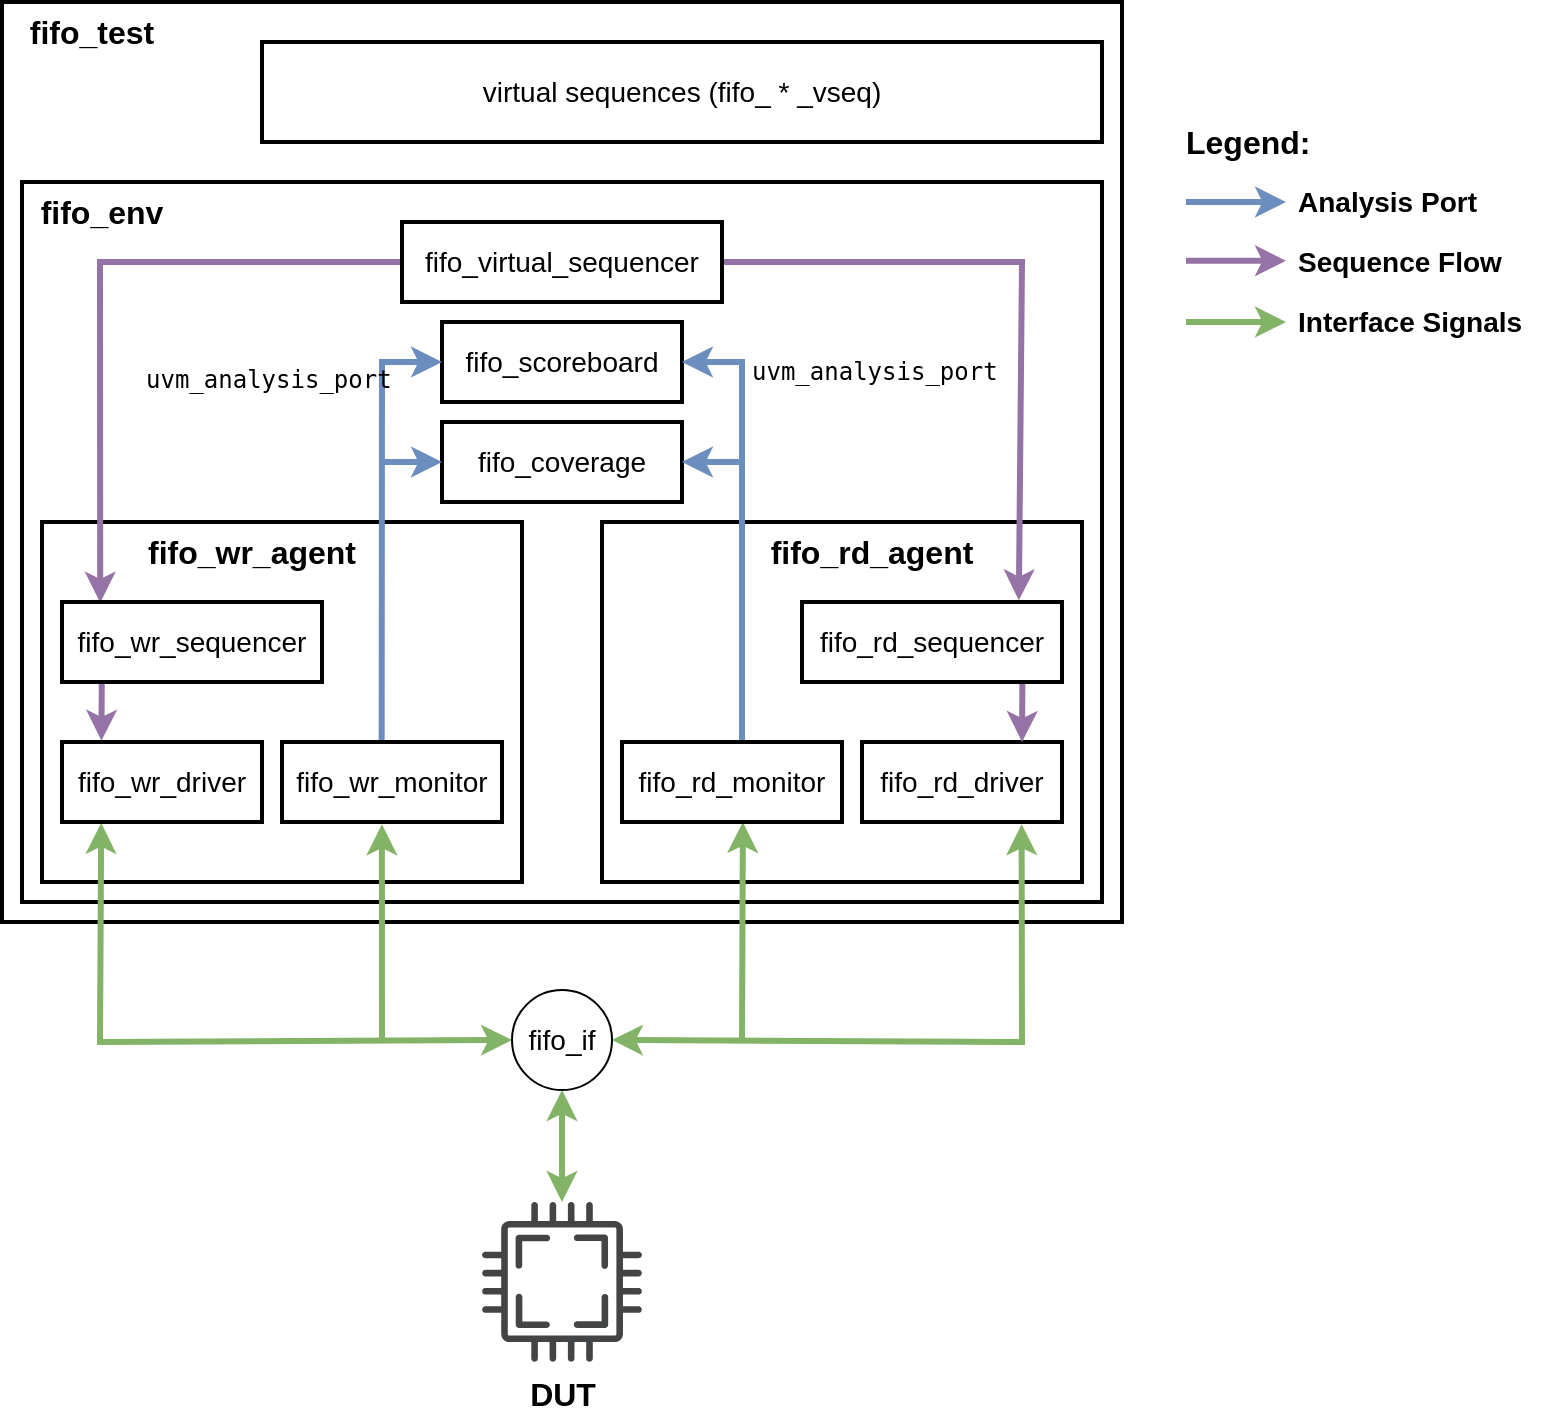
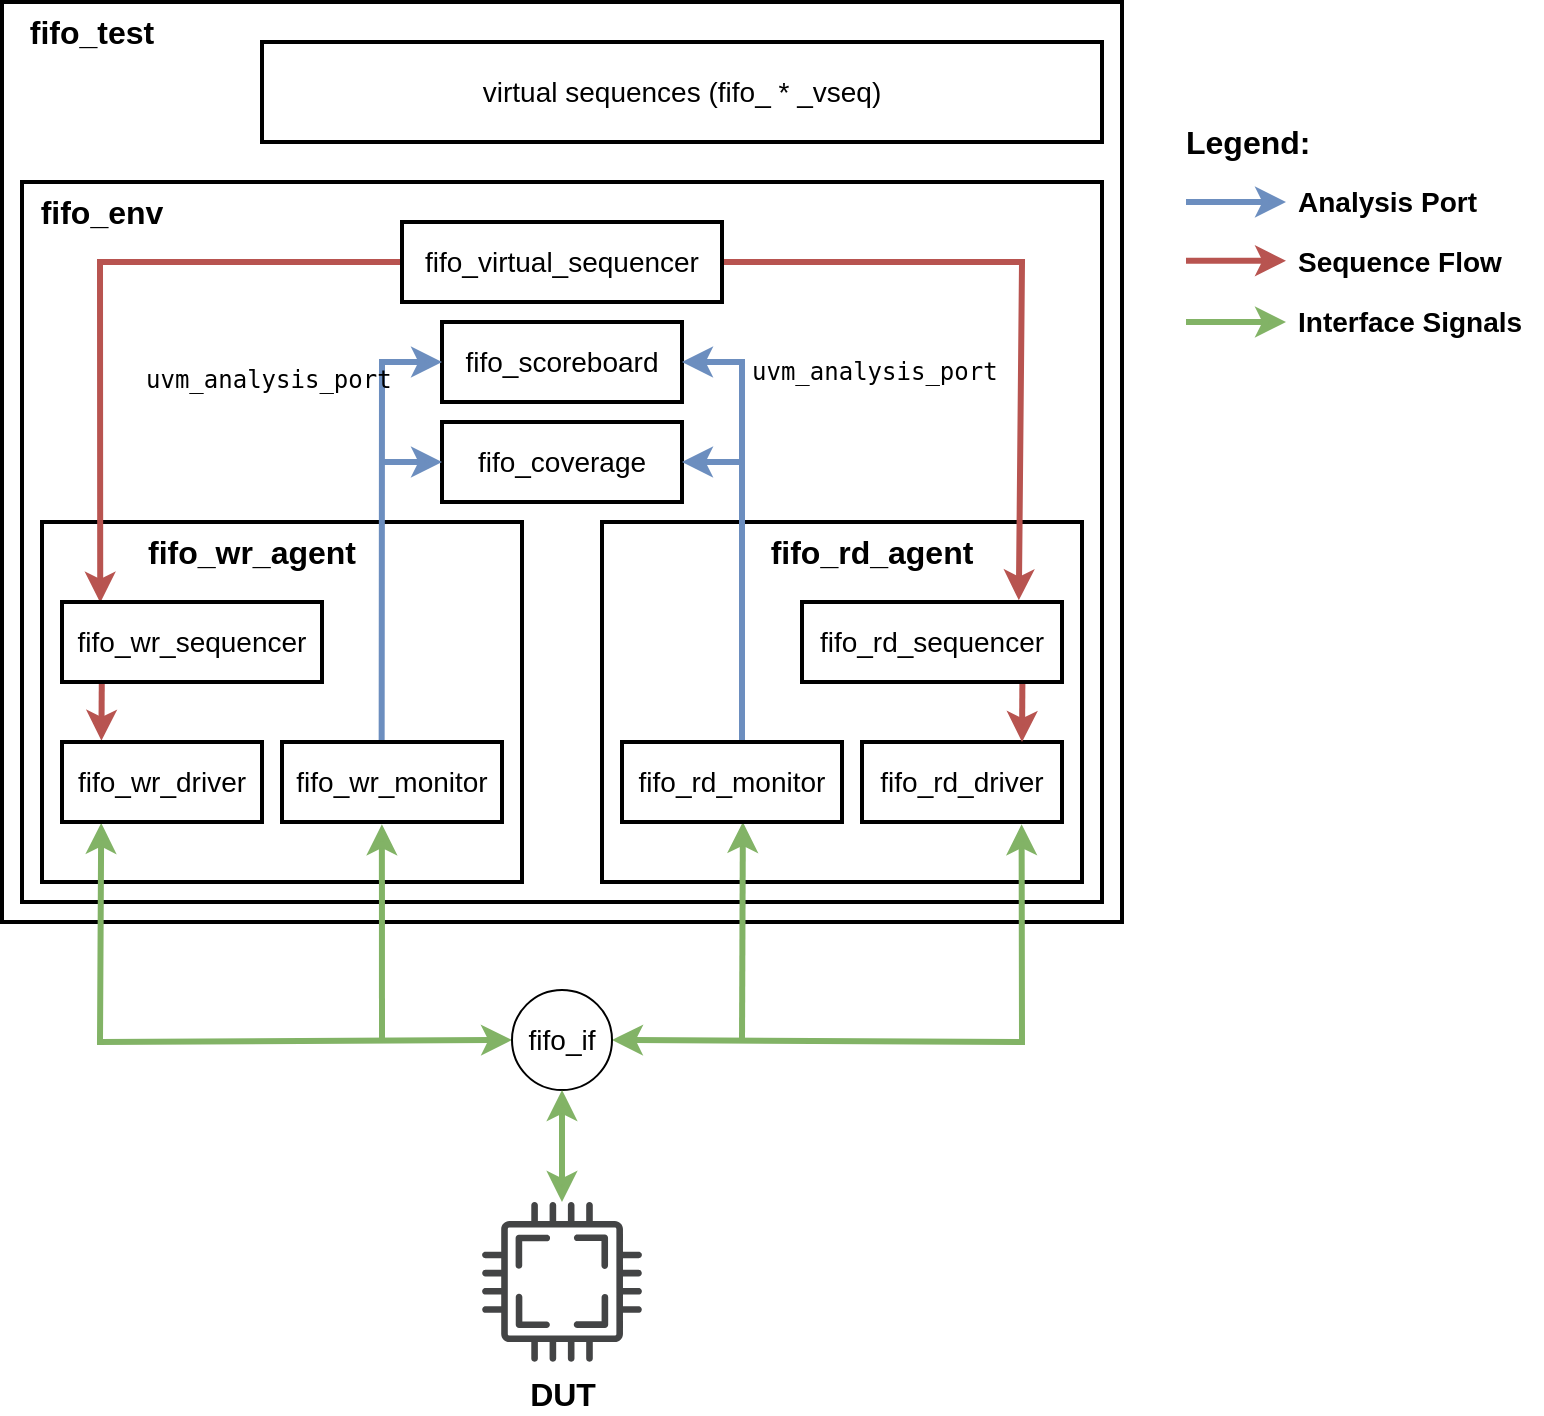
<mxfile host="app.diagrams.net">
  <diagram name="Page-1" id="GNrQoGvkZEbg5Hj7skjW">
    <mxGraphModel dx="1021" dy="624" grid="1" gridSize="10" guides="1" tooltips="1" connect="1" arrows="1" fold="1" page="1" pageScale="1" pageWidth="850" pageHeight="1100" math="0" shadow="0">
      <root>
        <mxCell id="0" />
        <mxCell id="1" parent="0" />
-         <mxCell id="jTqWwPnKb-YmIGteb7i0-1" parent="1" style="rounded=0;whiteSpace=wrap;html=1;fillColor=none;strokeColor=light-dark(#000000, #d7817e);strokeWidth=2;" value="" vertex="1">
+         <mxCell id="jTqWwPnKb-YmIGteb7i0-1" parent="1" style="rounded=0;whiteSpace=wrap;html=1;fillColor=none;strokeColor=light-dark(#000000,#FFFFFF);strokeWidth=2;" value="" vertex="1">
          <mxGeometry height="460" width="560" x="70" y="60" as="geometry" />
        </mxCell>
        <mxCell id="jTqWwPnKb-YmIGteb7i0-2" parent="1" style="text;html=1;whiteSpace=wrap;strokeColor=none;fillColor=none;align=center;verticalAlign=middle;rounded=0;fontSize=16;fontStyle=1" value="fifo_test" vertex="1">
          <mxGeometry height="30" width="90" x="70" y="60" as="geometry" />
        </mxCell>
-         <mxCell id="jTqWwPnKb-YmIGteb7i0-3" parent="1" style="rounded=0;whiteSpace=wrap;html=1;fillColor=none;strokeColor=light-dark(#000000, #d7817e);strokeWidth=2;" value="" vertex="1">
+         <mxCell id="jTqWwPnKb-YmIGteb7i0-3" parent="1" style="rounded=0;whiteSpace=wrap;html=1;fillColor=none;strokeColor=light-dark(#000000,#FFFFFF);strokeWidth=2;" value="" vertex="1">
          <mxGeometry height="360" width="540" x="80" y="150" as="geometry" />
        </mxCell>
        <mxCell id="jTqWwPnKb-YmIGteb7i0-5" parent="1" style="text;html=1;whiteSpace=wrap;strokeColor=none;fillColor=none;align=center;verticalAlign=middle;rounded=0;fontSize=16;fontStyle=1" value="fifo_env" vertex="1">
          <mxGeometry height="30" width="80" x="80" y="150" as="geometry" />
        </mxCell>
-         <mxCell id="jTqWwPnKb-YmIGteb7i0-7" parent="1" style="rounded=0;whiteSpace=wrap;html=1;fillColor=none;strokeColor=light-dark(#000000, #d7817e);strokeWidth=2;" value="" vertex="1">
+         <mxCell id="jTqWwPnKb-YmIGteb7i0-7" parent="1" style="rounded=0;whiteSpace=wrap;html=1;fillColor=none;strokeColor=light-dark(#000000,#FFFFFF);strokeWidth=2;" value="" vertex="1">
          <mxGeometry height="180" width="240" x="90" y="320" as="geometry" />
        </mxCell>
        <mxCell id="jTqWwPnKb-YmIGteb7i0-8" parent="1" style="text;html=1;whiteSpace=wrap;strokeColor=none;fillColor=none;align=center;verticalAlign=middle;rounded=0;fontSize=16;fontStyle=1" value="fifo_wr_agent" vertex="1">
          <mxGeometry height="30" width="130" x="130" y="320" as="geometry" />
        </mxCell>
-         <mxCell id="jTqWwPnKb-YmIGteb7i0-9" parent="1" style="rounded=0;whiteSpace=wrap;html=1;fillColor=none;strokeColor=light-dark(#000000, #d7817e);strokeWidth=2;" value="" vertex="1">
+         <mxCell id="jTqWwPnKb-YmIGteb7i0-9" parent="1" style="rounded=0;whiteSpace=wrap;html=1;fillColor=none;strokeColor=light-dark(#000000,#FFFFFF);strokeWidth=2;" value="" vertex="1">
          <mxGeometry height="180" width="240" x="370" y="320" as="geometry" />
        </mxCell>
        <mxCell id="jTqWwPnKb-YmIGteb7i0-10" parent="1" style="text;html=1;whiteSpace=wrap;strokeColor=none;fillColor=none;align=center;verticalAlign=middle;rounded=0;fontSize=16;fontStyle=1" value="fifo_rd_agent" vertex="1">
          <mxGeometry height="30" width="130" x="440" y="320" as="geometry" />
        </mxCell>
        <mxCell id="jTqWwPnKb-YmIGteb7i0-17" parent="1" style="rounded=0;whiteSpace=wrap;html=1;strokeWidth=2;fillColor=none;" value="&lt;font style=&quot;font-size: 14px;&quot;&gt;fifo_rd_driver&lt;/font&gt;" vertex="1">
          <mxGeometry height="40" width="100" x="500" y="430" as="geometry" />
        </mxCell>
        <mxCell id="jTqWwPnKb-YmIGteb7i0-19" parent="1" style="rounded=0;whiteSpace=wrap;html=1;strokeWidth=2;fillColor=none;" value="&lt;font style=&quot;font-size: 14px;&quot;&gt;fifo_scoreboard&lt;/font&gt;" vertex="1">
          <mxGeometry height="40" width="120" x="290" y="220" as="geometry" />
        </mxCell>
        <mxCell id="jTqWwPnKb-YmIGteb7i0-20" parent="1" style="rounded=0;whiteSpace=wrap;html=1;strokeWidth=2;fillColor=none;" value="&lt;font style=&quot;font-size: 14px;&quot;&gt;fifo_coverage&lt;/font&gt;" vertex="1">
          <mxGeometry height="40" width="120" x="290" y="270" as="geometry" />
        </mxCell>
        <mxCell id="jTqWwPnKb-YmIGteb7i0-25" edge="1" parent="1" source="jTqWwPnKb-YmIGteb7i0-13" style="endArrow=classic;html=1;rounded=0;exitX=0.453;exitY=0.005;exitDx=0;exitDy=0;strokeWidth=3;fillColor=#dae8fc;strokeColor=#6c8ebf;entryX=0;entryY=0.5;entryDx=0;entryDy=0;exitPerimeter=0;" target="jTqWwPnKb-YmIGteb7i0-19" value="">
          <mxGeometry height="50" relative="1" width="50" as="geometry">
            <Array as="points">
              <mxPoint x="260" y="240" />
            </Array>
            <mxPoint x="340" y="410" as="sourcePoint" />
            <mxPoint x="390" y="360" as="targetPoint" />
          </mxGeometry>
        </mxCell>
        <mxCell id="jTqWwPnKb-YmIGteb7i0-27" edge="1" parent="1" style="endArrow=classic;html=1;rounded=0;entryX=0;entryY=0.5;entryDx=0;entryDy=0;strokeWidth=3;fillColor=#dae8fc;strokeColor=#6c8ebf;" target="jTqWwPnKb-YmIGteb7i0-20" value="">
          <mxGeometry height="50" relative="1" width="50" as="geometry">
            <Array as="points" />
            <mxPoint x="260" y="290" as="sourcePoint" />
            <mxPoint x="335.08" y="310.40000000000003" as="targetPoint" />
          </mxGeometry>
        </mxCell>
        <mxCell id="jTqWwPnKb-YmIGteb7i0-28" edge="1" parent="1" style="endArrow=classic;html=1;rounded=0;exitX=0.5;exitY=0;exitDx=0;exitDy=0;strokeWidth=3;fillColor=#dae8fc;strokeColor=#6c8ebf;entryX=1;entryY=0.5;entryDx=0;entryDy=0;" target="jTqWwPnKb-YmIGteb7i0-19" value="">
          <mxGeometry height="50" relative="1" width="50" as="geometry">
            <Array as="points">
              <mxPoint x="440" y="240" />
            </Array>
            <mxPoint x="440" y="430" as="sourcePoint" />
            <mxPoint x="440" y="310" as="targetPoint" />
          </mxGeometry>
        </mxCell>
        <mxCell id="jTqWwPnKb-YmIGteb7i0-30" edge="1" parent="1" style="endArrow=classic;html=1;rounded=0;entryX=1;entryY=0.5;entryDx=0;entryDy=0;fillColor=#dae8fc;strokeColor=#6c8ebf;strokeWidth=3;" target="jTqWwPnKb-YmIGteb7i0-20" value="">
          <mxGeometry height="50" relative="1" width="50" as="geometry">
            <mxPoint x="440" y="290" as="sourcePoint" />
            <mxPoint x="380" y="330" as="targetPoint" />
          </mxGeometry>
        </mxCell>
        <mxCell id="jTqWwPnKb-YmIGteb7i0-31" parent="1" style="sketch=0;pointerEvents=1;shadow=0;dashed=0;html=1;strokeColor=none;fillColor=#434445;aspect=fixed;labelPosition=center;verticalLabelPosition=bottom;verticalAlign=top;align=center;outlineConnect=0;shape=mxgraph.vvd.cpu;" value="&lt;font style=&quot;font-size: 16px;&quot;&gt;&lt;b&gt;DUT&lt;/b&gt;&lt;/font&gt;" vertex="1">
          <mxGeometry height="80" width="80" x="310" y="660" as="geometry" />
        </mxCell>
        <mxCell id="jTqWwPnKb-YmIGteb7i0-33" edge="1" parent="1" source="jTqWwPnKb-YmIGteb7i0-36" style="endArrow=classic;startArrow=classic;html=1;rounded=0;entryX=0.196;entryY=1.011;entryDx=0;entryDy=0;strokeWidth=3;fillColor=#d5e8d4;strokeColor=#82b366;exitX=0;exitY=0.5;exitDx=0;exitDy=0;entryPerimeter=0;" target="jTqWwPnKb-YmIGteb7i0-12" value="">
          <mxGeometry height="50" relative="1" width="50" as="geometry">
            <Array as="points">
              <mxPoint x="119" y="580" />
            </Array>
            <mxPoint x="310" y="580" as="sourcePoint" />
            <mxPoint x="151" y="470" as="targetPoint" />
          </mxGeometry>
        </mxCell>
        <mxCell id="jTqWwPnKb-YmIGteb7i0-35" edge="1" parent="1" style="endArrow=classic;html=1;rounded=0;entryX=0.454;entryY=1.028;entryDx=0;entryDy=0;entryPerimeter=0;strokeWidth=3;fillColor=#d5e8d4;strokeColor=#82b366;" target="jTqWwPnKb-YmIGteb7i0-13" value="">
          <mxGeometry height="50" relative="1" width="50" as="geometry">
            <mxPoint x="260" y="579" as="sourcePoint" />
            <mxPoint x="370" y="440" as="targetPoint" />
          </mxGeometry>
        </mxCell>
        <mxCell id="jTqWwPnKb-YmIGteb7i0-40" edge="1" parent="1" style="endArrow=classic;html=1;rounded=0;entryX=0.454;entryY=1.028;entryDx=0;entryDy=0;entryPerimeter=0;strokeWidth=3;fillColor=#d5e8d4;strokeColor=#82b366;" value="">
          <mxGeometry height="50" relative="1" width="50" as="geometry">
            <mxPoint x="440" y="580" as="sourcePoint" />
            <mxPoint x="440.44" y="470" as="targetPoint" />
          </mxGeometry>
        </mxCell>
        <mxCell id="jTqWwPnKb-YmIGteb7i0-42" edge="1" parent="1" source="jTqWwPnKb-YmIGteb7i0-36" style="endArrow=classic;startArrow=classic;html=1;rounded=0;entryX=0.798;entryY=1.028;entryDx=0;entryDy=0;strokeWidth=3;fillColor=#d5e8d4;strokeColor=#82b366;exitX=1;exitY=0.5;exitDx=0;exitDy=0;entryPerimeter=0;" target="jTqWwPnKb-YmIGteb7i0-17" value="">
          <mxGeometry height="50" relative="1" width="50" as="geometry">
            <Array as="points">
              <mxPoint x="580" y="580" />
            </Array>
            <mxPoint x="465" y="580" as="sourcePoint" />
            <mxPoint x="560" y="470" as="targetPoint" />
          </mxGeometry>
        </mxCell>
        <mxCell id="jTqWwPnKb-YmIGteb7i0-36" parent="1" style="ellipse;whiteSpace=wrap;html=1;aspect=fixed;" value="&lt;font style=&quot;font-size: 14px;&quot;&gt;fifo_if&lt;/font&gt;" vertex="1">
          <mxGeometry height="50" width="50" x="325" y="554" as="geometry" />
        </mxCell>
-         <mxCell id="jTqWwPnKb-YmIGteb7i0-51" edge="1" parent="1" source="jTqWwPnKb-YmIGteb7i0-22" style="endArrow=classic;html=1;rounded=0;exitX=0;exitY=0.5;exitDx=0;exitDy=0;entryX=0.147;entryY=0.009;entryDx=0;entryDy=0;entryPerimeter=0;fillColor=#e1d5e7;strokeColor=#9673a6;strokeWidth=3;" target="jTqWwPnKb-YmIGteb7i0-11" value="">
+         <mxCell id="jTqWwPnKb-YmIGteb7i0-51" edge="1" parent="1" source="jTqWwPnKb-YmIGteb7i0-22" style="endArrow=classic;html=1;rounded=0;exitX=0;exitY=0.5;exitDx=0;exitDy=0;entryX=0.147;entryY=0.009;entryDx=0;entryDy=0;entryPerimeter=0;fillColor=#f8cecc;strokeColor=#b85450;strokeWidth=3;" target="jTqWwPnKb-YmIGteb7i0-11" value="">
          <mxGeometry height="50" relative="1" width="50" as="geometry">
            <Array as="points">
              <mxPoint x="119" y="190" />
            </Array>
            <mxPoint x="340" y="420" as="sourcePoint" />
            <mxPoint x="390" y="370" as="targetPoint" />
          </mxGeometry>
        </mxCell>
-         <mxCell id="jTqWwPnKb-YmIGteb7i0-53" edge="1" parent="1" style="endArrow=classic;html=1;rounded=0;entryX=0.834;entryY=-0.021;entryDx=0;entryDy=0;entryPerimeter=0;fillColor=#e1d5e7;strokeColor=#9673a6;strokeWidth=3;" target="jTqWwPnKb-YmIGteb7i0-16" value="">
+         <mxCell id="jTqWwPnKb-YmIGteb7i0-53" edge="1" parent="1" style="endArrow=classic;html=1;rounded=0;entryX=0.834;entryY=-0.021;entryDx=0;entryDy=0;entryPerimeter=0;fillColor=#f8cecc;strokeColor=#b85450;strokeWidth=3;" target="jTqWwPnKb-YmIGteb7i0-16" value="">
          <mxGeometry height="50" relative="1" width="50" as="geometry">
            <Array as="points">
              <mxPoint x="580" y="190" />
            </Array>
            <mxPoint x="430" y="190" as="sourcePoint" />
            <mxPoint x="580" y="380" as="targetPoint" />
          </mxGeometry>
        </mxCell>
        <mxCell id="jTqWwPnKb-YmIGteb7i0-22" parent="1" style="rounded=0;whiteSpace=wrap;html=1;strokeWidth=2;fillColor=none;" value="&lt;font style=&quot;font-size: 14px;&quot;&gt;fifo_virtual_sequencer&lt;/font&gt;" vertex="1">
          <mxGeometry height="40" width="160" x="270" y="170" as="geometry" />
        </mxCell>
-         <mxCell id="jTqWwPnKb-YmIGteb7i0-55" edge="1" parent="1" style="endArrow=classic;html=1;rounded=0;exitX=0.153;exitY=1.028;exitDx=0;exitDy=0;exitPerimeter=0;entryX=0.197;entryY=0.009;entryDx=0;entryDy=0;entryPerimeter=0;fillColor=#e1d5e7;strokeColor=#9673a6;strokeWidth=3;" value="">
+         <mxCell id="jTqWwPnKb-YmIGteb7i0-55" edge="1" parent="1" style="endArrow=classic;html=1;rounded=0;exitX=0.153;exitY=1.028;exitDx=0;exitDy=0;exitPerimeter=0;entryX=0.197;entryY=0.009;entryDx=0;entryDy=0;entryPerimeter=0;fillColor=#f8cecc;strokeColor=#b85450;strokeWidth=3;" value="">
          <mxGeometry height="50" relative="1" width="50" as="geometry">
            <mxPoint x="119.88999999999999" y="400.12" as="sourcePoint" />
            <mxPoint x="119.69999999999999" y="429.36" as="targetPoint" />
          </mxGeometry>
        </mxCell>
        <mxCell id="jTqWwPnKb-YmIGteb7i0-11" parent="1" style="rounded=0;whiteSpace=wrap;html=1;strokeWidth=2;fillColor=none;" value="&lt;font style=&quot;font-size: 14px;&quot;&gt;fifo_wr_sequencer&lt;/font&gt;" vertex="1">
          <mxGeometry height="40" width="130" x="100" y="360" as="geometry" />
        </mxCell>
-         <mxCell id="jTqWwPnKb-YmIGteb7i0-56" edge="1" parent="1" style="endArrow=classic;html=1;rounded=0;exitX=0.153;exitY=1.028;exitDx=0;exitDy=0;exitPerimeter=0;entryX=0.197;entryY=0.009;entryDx=0;entryDy=0;entryPerimeter=0;fillColor=#e1d5e7;strokeColor=#9673a6;strokeWidth=3;" value="">
+         <mxCell id="jTqWwPnKb-YmIGteb7i0-56" edge="1" parent="1" style="endArrow=classic;html=1;rounded=0;exitX=0.153;exitY=1.028;exitDx=0;exitDy=0;exitPerimeter=0;entryX=0.197;entryY=0.009;entryDx=0;entryDy=0;entryPerimeter=0;fillColor=#f8cecc;strokeColor=#b85450;strokeWidth=3;" value="">
          <mxGeometry height="50" relative="1" width="50" as="geometry">
            <mxPoint x="580.19" y="400.76" as="sourcePoint" />
            <mxPoint x="580" y="430" as="targetPoint" />
          </mxGeometry>
        </mxCell>
        <mxCell id="jTqWwPnKb-YmIGteb7i0-12" parent="1" style="rounded=0;whiteSpace=wrap;html=1;strokeWidth=2;fillColor=none;" value="&lt;font style=&quot;font-size: 14px;&quot;&gt;fifo_wr_driver&lt;/font&gt;" vertex="1">
          <mxGeometry height="40" width="100" x="100" y="430" as="geometry" />
        </mxCell>
        <mxCell id="jTqWwPnKb-YmIGteb7i0-16" parent="1" style="rounded=0;whiteSpace=wrap;html=1;strokeWidth=2;fillColor=none;" value="&lt;font style=&quot;font-size: 14px;&quot;&gt;fifo_rd_sequencer&lt;/font&gt;" vertex="1">
          <mxGeometry height="40" width="130" x="470" y="360" as="geometry" />
        </mxCell>
-         <mxCell id="jTqWwPnKb-YmIGteb7i0-58" parent="1" style="rounded=0;whiteSpace=wrap;html=1;fillColor=none;strokeColor=light-dark(#000000, #d7817e);strokeWidth=2;" value="&lt;font style=&quot;font-size: 14px;&quot;&gt;virtual sequences (fifo_ * _vseq)&lt;/font&gt;" vertex="1">
+         <mxCell id="jTqWwPnKb-YmIGteb7i0-58" parent="1" style="rounded=0;whiteSpace=wrap;html=1;fillColor=none;strokeColor=default;strokeWidth=2;" value="&lt;font style=&quot;font-size: 14px;&quot;&gt;virtual sequences (fifo_ * _vseq)&lt;/font&gt;" vertex="1">
          <mxGeometry height="50" width="420" x="200" y="80" as="geometry" />
        </mxCell>
        <mxCell id="jTqWwPnKb-YmIGteb7i0-62" edge="1" parent="1" source="jTqWwPnKb-YmIGteb7i0-31" style="endArrow=classic;startArrow=classic;html=1;rounded=0;entryX=0.5;entryY=1;entryDx=0;entryDy=0;fillColor=#d5e8d4;strokeColor=#82b366;strokeWidth=3;" target="jTqWwPnKb-YmIGteb7i0-36" value="">
          <mxGeometry height="50" relative="1" width="50" as="geometry">
            <mxPoint x="440" y="740" as="sourcePoint" />
            <mxPoint x="550" y="600" as="targetPoint" />
          </mxGeometry>
        </mxCell>
        <mxCell id="jTqWwPnKb-YmIGteb7i0-13" parent="1" style="rounded=0;whiteSpace=wrap;html=1;strokeWidth=2;fillColor=none;" value="&lt;font style=&quot;font-size: 14px;&quot;&gt;fifo_wr_monitor&lt;/font&gt;" vertex="1">
          <mxGeometry height="40" width="110" x="210" y="430" as="geometry" />
        </mxCell>
        <mxCell id="jTqWwPnKb-YmIGteb7i0-18" parent="1" style="rounded=0;whiteSpace=wrap;html=1;strokeWidth=2;fillColor=none;" value="&lt;font style=&quot;font-size: 14px;&quot;&gt;fifo_rd_monitor&lt;/font&gt;" vertex="1">
          <mxGeometry height="40" width="110" x="380" y="430" as="geometry" />
        </mxCell>
        <mxCell id="jTqWwPnKb-YmIGteb7i0-64" edge="1" parent="1" style="endArrow=classic;html=1;rounded=0;strokeWidth=3;fillColor=#dae8fc;strokeColor=#6c8ebf;" value="">
          <mxGeometry height="50" relative="1" width="50" as="geometry">
            <mxPoint x="662" y="160" as="sourcePoint" />
            <mxPoint x="712" y="160" as="targetPoint" />
          </mxGeometry>
        </mxCell>
        <mxCell id="jTqWwPnKb-YmIGteb7i0-65" parent="1" style="text;html=1;whiteSpace=wrap;strokeColor=none;fillColor=none;align=left;verticalAlign=middle;rounded=0;" value="&lt;font style=&quot;font-size: 14px;&quot;&gt;&lt;b&gt;Analysis Port&lt;/b&gt;&lt;/font&gt;" vertex="1">
          <mxGeometry height="30" width="100" x="716" y="145" as="geometry" />
        </mxCell>
-         <mxCell id="jTqWwPnKb-YmIGteb7i0-66" edge="1" parent="1" style="endArrow=classic;html=1;rounded=0;strokeWidth=3;fillColor=#e1d5e7;strokeColor=#9673a6;" value="">
+         <mxCell id="jTqWwPnKb-YmIGteb7i0-66" edge="1" parent="1" style="endArrow=classic;html=1;rounded=0;strokeWidth=3;fillColor=#f8cecc;strokeColor=#b85450;" value="">
          <mxGeometry height="50" relative="1" width="50" as="geometry">
            <mxPoint x="662" y="189.41" as="sourcePoint" />
            <mxPoint x="712" y="189.41" as="targetPoint" />
          </mxGeometry>
        </mxCell>
        <mxCell id="jTqWwPnKb-YmIGteb7i0-67" parent="1" style="text;html=1;whiteSpace=wrap;strokeColor=none;fillColor=none;align=left;verticalAlign=middle;rounded=0;" value="&lt;font style=&quot;font-size: 14px;&quot;&gt;&lt;b&gt;Sequence Flow&lt;/b&gt;&lt;/font&gt;" vertex="1">
          <mxGeometry height="30" width="114" x="716" y="175" as="geometry" />
        </mxCell>
        <mxCell id="jTqWwPnKb-YmIGteb7i0-68" edge="1" parent="1" style="endArrow=classic;html=1;rounded=0;strokeWidth=3;fillColor=#d5e8d4;strokeColor=#82b366;" value="">
          <mxGeometry height="50" relative="1" width="50" as="geometry">
            <mxPoint x="662" y="220" as="sourcePoint" />
            <mxPoint x="712" y="220" as="targetPoint" />
          </mxGeometry>
        </mxCell>
        <mxCell id="jTqWwPnKb-YmIGteb7i0-69" parent="1" style="text;html=1;whiteSpace=wrap;strokeColor=none;fillColor=none;align=left;verticalAlign=middle;rounded=0;" value="&lt;font style=&quot;font-size: 14px;&quot;&gt;&lt;b&gt;Interface Signals&lt;/b&gt;&lt;/font&gt;" vertex="1">
          <mxGeometry height="30" width="124" x="716" y="205" as="geometry" />
        </mxCell>
        <mxCell id="jTqWwPnKb-YmIGteb7i0-70" parent="1" style="text;html=1;whiteSpace=wrap;strokeColor=none;fillColor=none;align=left;verticalAlign=middle;rounded=0;" value="&lt;font style=&quot;font-size: 16px;&quot;&gt;&lt;b style=&quot;&quot;&gt;Legend:&lt;/b&gt;&lt;/font&gt;" vertex="1">
          <mxGeometry height="30" width="100" x="660" y="115" as="geometry" />
        </mxCell>
        <mxCell id="jTqWwPnKb-YmIGteb7i0-71" parent="1" style="text;whiteSpace=wrap;html=1;" value="&lt;code class=&quot;bg-text-200/5 border border-0.5 border-border-300 text-danger-000 whitespace-pre-wrap rounded-[0.4rem] px-1 py-px text-[0.9rem]&quot;&gt;uvm_analysis_port&lt;/code&gt;" vertex="1">
          <mxGeometry height="40" width="150" x="443" y="231" as="geometry" />
        </mxCell>
        <mxCell id="jTqWwPnKb-YmIGteb7i0-72" parent="1" style="text;whiteSpace=wrap;html=1;" value="&lt;code class=&quot;bg-text-200/5 border border-0.5 border-border-300 text-danger-000 whitespace-pre-wrap rounded-[0.4rem] px-1 py-px text-[0.9rem]&quot;&gt;uvm_analysis_port&lt;/code&gt;" vertex="1">
          <mxGeometry height="40" width="150" x="140" y="235" as="geometry" />
        </mxCell>
      </root>
    </mxGraphModel>
  </diagram>
</mxfile>
